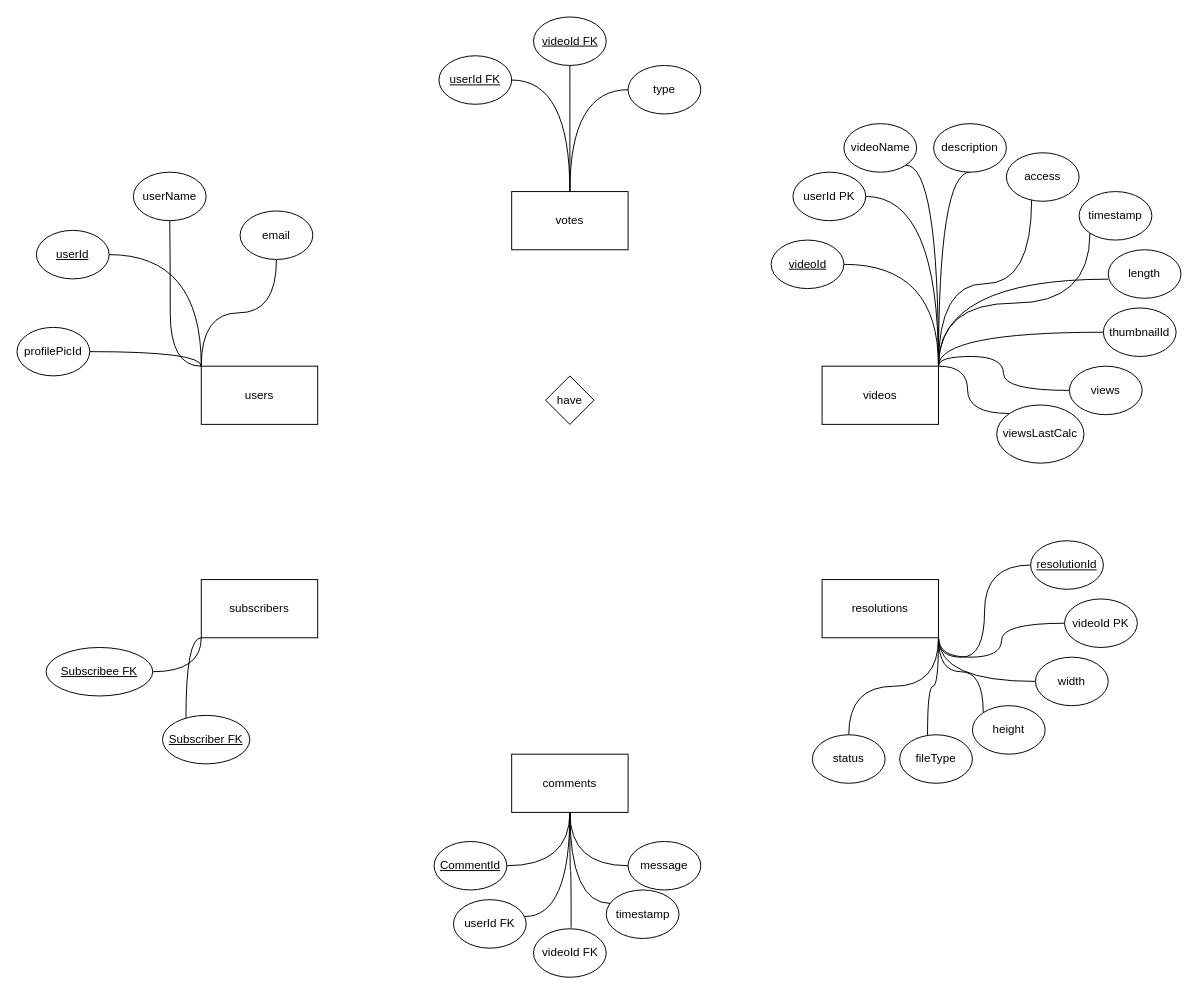
Above: Budget-Youtube-ERD.drawio in NWylynko/diagrams (draw.io), before the change. Source tidied: cells renumbered, new cells numbered last; positions are measured from the earlier drawing's top-left corner, leaving out a move shared by most shapes. Both pictures are drawn from the tidied source at 97%, with x=0, y=0 at pixel (16, 16).
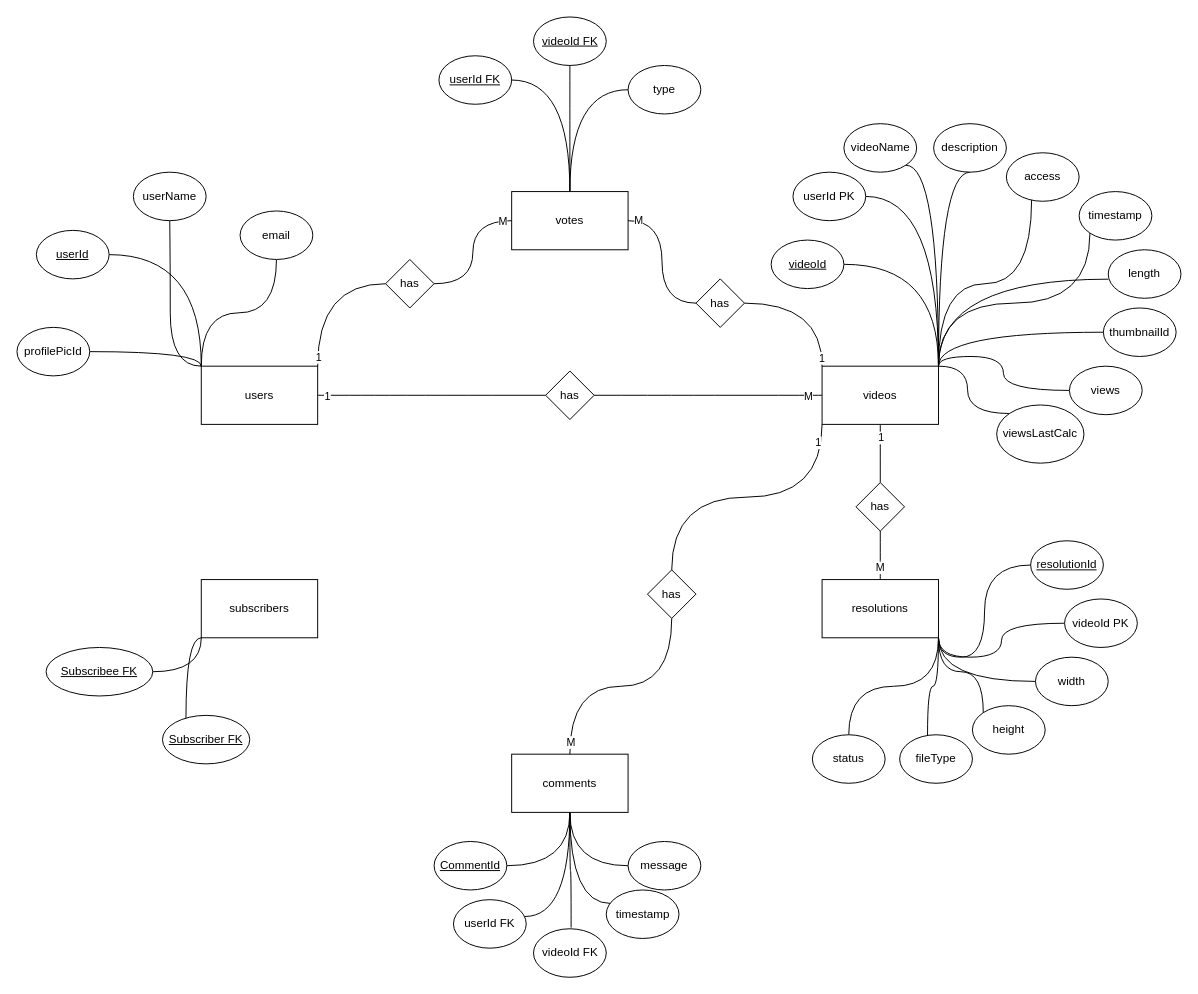
The same page after the edit.

Unchanged cells that the change refers to:
```xml
<mxCell id="6" value="users" style="rounded=0;whiteSpace=wrap;html=1;" parent="1" vertex="1">
  <mxGeometry x="190" y="360" width="120" height="60" as="geometry" />
</mxCell>
<mxCell id="17" value="videos" style="rounded=0;whiteSpace=wrap;html=1;" parent="1" vertex="1">
  <mxGeometry x="830" y="360" width="120" height="60" as="geometry" />
</mxCell>
<mxCell id="21" value="votes" style="rounded=0;whiteSpace=wrap;html=1;" parent="1" vertex="1">
  <mxGeometry x="510" y="180" width="120" height="60" as="geometry" />
</mxCell>
<mxCell id="27" value="comments" style="rounded=0;whiteSpace=wrap;html=1;" parent="1" vertex="1">
  <mxGeometry x="510" y="760" width="120" height="60" as="geometry" />
</mxCell>
<mxCell id="37" value="resolutions" style="rounded=0;whiteSpace=wrap;html=1;" parent="1" vertex="1">
  <mxGeometry x="830" y="580" width="120" height="60" as="geometry" />
</mxCell>
```

Diff of the diagram source:
```diff
@@
+    <mxCell id="69" style="edgeStyle=orthogonalEdgeStyle;curved=1;rounded=0;jettySize=auto;html=1;entryX=0;entryY=0.5;entryDx=0;entryDy=0;endArrow=none;endFill=0;" parent="1" edge="1" source="6" target="68">
+      <mxGeometry relative="1" as="geometry" />
+    </mxCell>
+    <mxCell id="70" value="1" style="edgeLabel;html=1;align=center;verticalAlign=middle;" parent="69" vertex="1">
+      <mxGeometry x="-0.8" y="1" relative="1" as="geometry">
+        <mxPoint x="-14" y="1" as="offset" />
+      </mxGeometry>
+    </mxCell>
+    <mxCell id="71" style="edgeStyle=orthogonalEdgeStyle;curved=1;rounded=0;jettySize=auto;html=1;entryX=0;entryY=0.5;entryDx=0;entryDy=0;endArrow=none;endFill=0;exitX=1;exitY=0;exitDx=0;exitDy=0;" parent="1" edge="1" source="6" target="79">
+      <mxGeometry relative="1" as="geometry" />
+    </mxCell>
@@
+    <mxCell id="72" style="edgeStyle=orthogonalEdgeStyle;curved=1;rounded=0;jettySize=auto;html=1;entryX=1;entryY=0.5;entryDx=0;entryDy=0;endArrow=none;endFill=0;" parent="1" edge="1" source="17" target="68">
+      <mxGeometry relative="1" as="geometry" />
+    </mxCell>
+    <mxCell id="73" value="M" style="edgeLabel;html=1;align=center;verticalAlign=middle;" parent="72" vertex="1">
+      <mxGeometry x="0.13" y="-1" relative="1" as="geometry">
+        <mxPoint x="118" y="1" as="offset" />
+      </mxGeometry>
+    </mxCell>
+    <mxCell id="74" style="edgeStyle=orthogonalEdgeStyle;curved=1;rounded=0;jettySize=auto;html=1;entryX=1;entryY=0.5;entryDx=0;entryDy=0;endArrow=none;endFill=0;exitX=0;exitY=0;exitDx=0;exitDy=0;" parent="1" edge="1" source="17" target="81">
+      <mxGeometry relative="1" as="geometry" />
+    </mxCell>
+    <mxCell id="75" style="edgeStyle=orthogonalEdgeStyle;curved=1;rounded=0;jettySize=auto;html=1;entryX=0.5;entryY=0;entryDx=0;entryDy=0;endArrow=none;endFill=0;" parent="1" edge="1" source="17" target="86">
+      <mxGeometry relative="1" as="geometry" />
+    </mxCell>
+    <mxCell id="76" style="edgeStyle=orthogonalEdgeStyle;curved=1;rounded=0;jettySize=auto;html=1;entryX=0.5;entryY=0;entryDx=0;entryDy=0;endArrow=none;endFill=0;exitX=0;exitY=1;exitDx=0;exitDy=0;" parent="1" edge="1" source="17" target="88">
+      <mxGeometry relative="1" as="geometry" />
+    </mxCell>
@@
+    <mxCell id="77" style="edgeStyle=orthogonalEdgeStyle;curved=1;rounded=0;jettySize=auto;html=1;entryX=0.5;entryY=1;entryDx=0;entryDy=0;endArrow=none;endFill=0;" parent="1" edge="1" source="37" target="86">
+      <mxGeometry relative="1" as="geometry" />
+    </mxCell>
@@
-    <mxCell id="68" value="have" style="rhombus;whiteSpace=wrap;html=1;" parent="1" vertex="1">
-      <mxGeometry x="545" y="370" width="50" height="50" as="geometry" />
+    <mxCell id="68" value="has" style="rhombus;whiteSpace=wrap;html=1;" parent="1" vertex="1">
+      <mxGeometry x="545" y="365" width="50" height="50" as="geometry" />
     </mxCell>
+    <mxCell id="78" style="edgeStyle=orthogonalEdgeStyle;curved=1;rounded=0;jettySize=auto;html=1;entryX=0;entryY=0.5;entryDx=0;entryDy=0;endArrow=none;endFill=0;" parent="1" edge="1" source="79" target="21">
+      <mxGeometry relative="1" as="geometry" />
+    </mxCell>
+    <mxCell id="79" value="has" style="rhombus;whiteSpace=wrap;html=1;" parent="1" vertex="1">
+      <mxGeometry x="380" y="250" width="50" height="50" as="geometry" />
+    </mxCell>
+    <mxCell id="80" style="edgeStyle=orthogonalEdgeStyle;curved=1;rounded=0;jettySize=auto;html=1;entryX=1;entryY=0.5;entryDx=0;entryDy=0;endArrow=none;endFill=0;" parent="1" edge="1" source="81" target="21">
+      <mxGeometry relative="1" as="geometry" />
+    </mxCell>
+    <mxCell id="81" value="has" style="rhombus;whiteSpace=wrap;html=1;" parent="1" vertex="1">
+      <mxGeometry x="700" y="270" width="50" height="50" as="geometry" />
+    </mxCell>
+    <mxCell id="82" value="1" style="edgeLabel;html=1;align=center;verticalAlign=middle;" parent="1" vertex="1">
+      <mxGeometry x="310" y="350" as="geometry" />
+    </mxCell>
+    <mxCell id="83" value="1" style="edgeLabel;html=1;align=center;verticalAlign=middle;" parent="1" vertex="1">
+      <mxGeometry x="580" y="430" as="geometry">
+        <mxPoint x="249" y="-79" as="offset" />
+      </mxGeometry>
+    </mxCell>
+    <mxCell id="84" value="M" style="edgeLabel;html=1;align=center;verticalAlign=middle;" parent="1" vertex="1">
+      <mxGeometry x="824.9" y="400" as="geometry">
+        <mxPoint x="-184" y="-191" as="offset" />
+      </mxGeometry>
+    </mxCell>
+    <mxCell id="85" value="M" style="edgeLabel;html=1;align=center;verticalAlign=middle;" parent="1" vertex="1">
+      <mxGeometry x="500" y="210" as="geometry" />
+    </mxCell>
+    <mxCell id="86" value="has" style="rhombus;whiteSpace=wrap;html=1;" parent="1" vertex="1">
+      <mxGeometry x="865" y="480" width="50" height="50" as="geometry" />
+    </mxCell>
+    <mxCell id="87" style="edgeStyle=orthogonalEdgeStyle;curved=1;rounded=0;jettySize=auto;html=1;entryX=0.5;entryY=0;entryDx=0;entryDy=0;endArrow=none;endFill=0;exitX=0.5;exitY=1;exitDx=0;exitDy=0;" parent="1" edge="1" source="88" target="27">
+      <mxGeometry relative="1" as="geometry" />
+    </mxCell>
+    <mxCell id="88" value="has" style="rhombus;whiteSpace=wrap;html=1;" parent="1" vertex="1">
+      <mxGeometry x="650" y="570" width="50" height="50" as="geometry" />
+    </mxCell>
+    <mxCell id="89" value="1" style="edgeLabel;html=1;align=center;verticalAlign=middle;" parent="1" vertex="1">
+      <mxGeometry x="525" y="415" as="geometry">
+        <mxPoint x="300" y="23" as="offset" />
+      </mxGeometry>
+    </mxCell>
+    <mxCell id="90" value="1" style="edgeLabel;html=1;align=center;verticalAlign=middle;" parent="1" vertex="1">
+      <mxGeometry x="590" y="410" as="geometry">
+        <mxPoint x="300" y="23" as="offset" />
+      </mxGeometry>
+    </mxCell>
+    <mxCell id="91" value="M" style="edgeLabel;html=1;align=center;verticalAlign=middle;" parent="1" vertex="1">
+      <mxGeometry x="824.7" y="400" as="geometry">
+        <mxPoint x="65" y="167" as="offset" />
+      </mxGeometry>
+    </mxCell>
+    <mxCell id="92" value="M" style="edgeLabel;html=1;align=center;verticalAlign=middle;" parent="1" vertex="1">
+      <mxGeometry x="505" y="580" as="geometry">
+        <mxPoint x="65" y="167" as="offset" />
+      </mxGeometry>
+    </mxCell>
```
